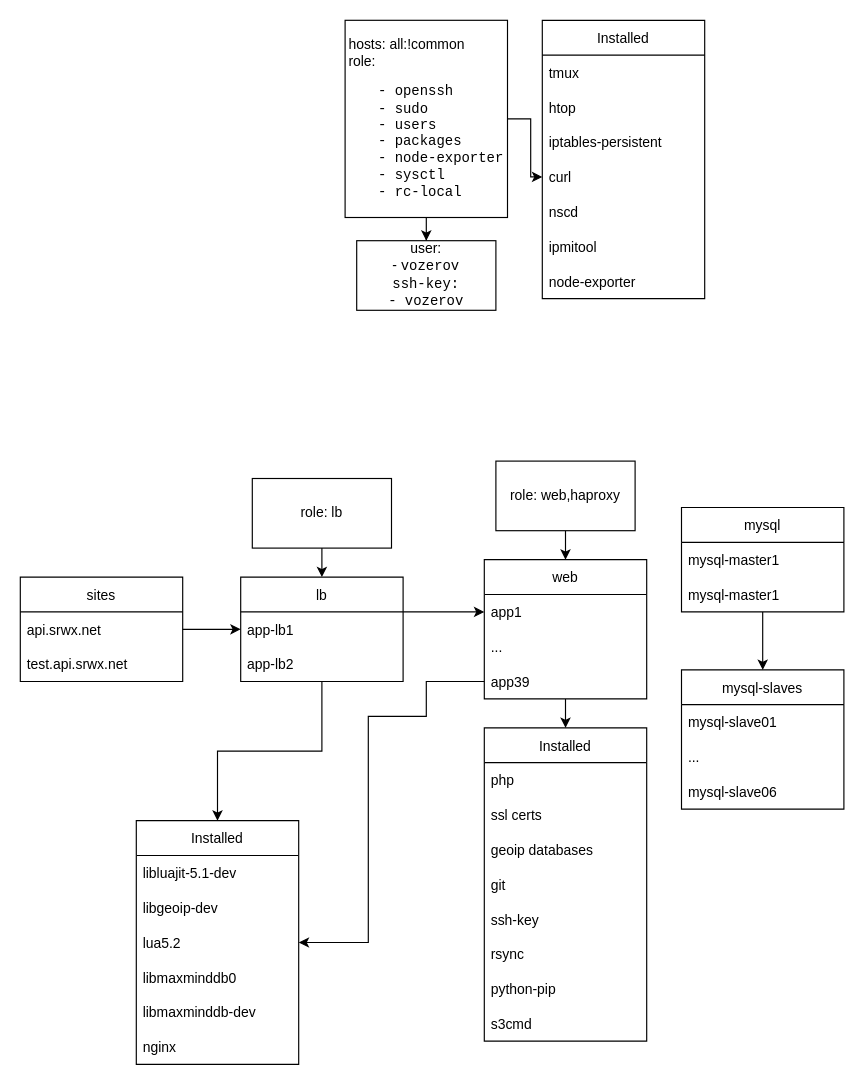
Earlier version of the draw.io diagram Untitled Diagram.drawio (olegenii/rebrain). Source tidied: cells renumbered, new cells numbered last; positions are measured from the earlier drawing's top-left corner, leaving out a move shared by most shapes. Both pictures are drawn from the tidied source at 116%, with x=0, y=0 at pixel (20, 20).
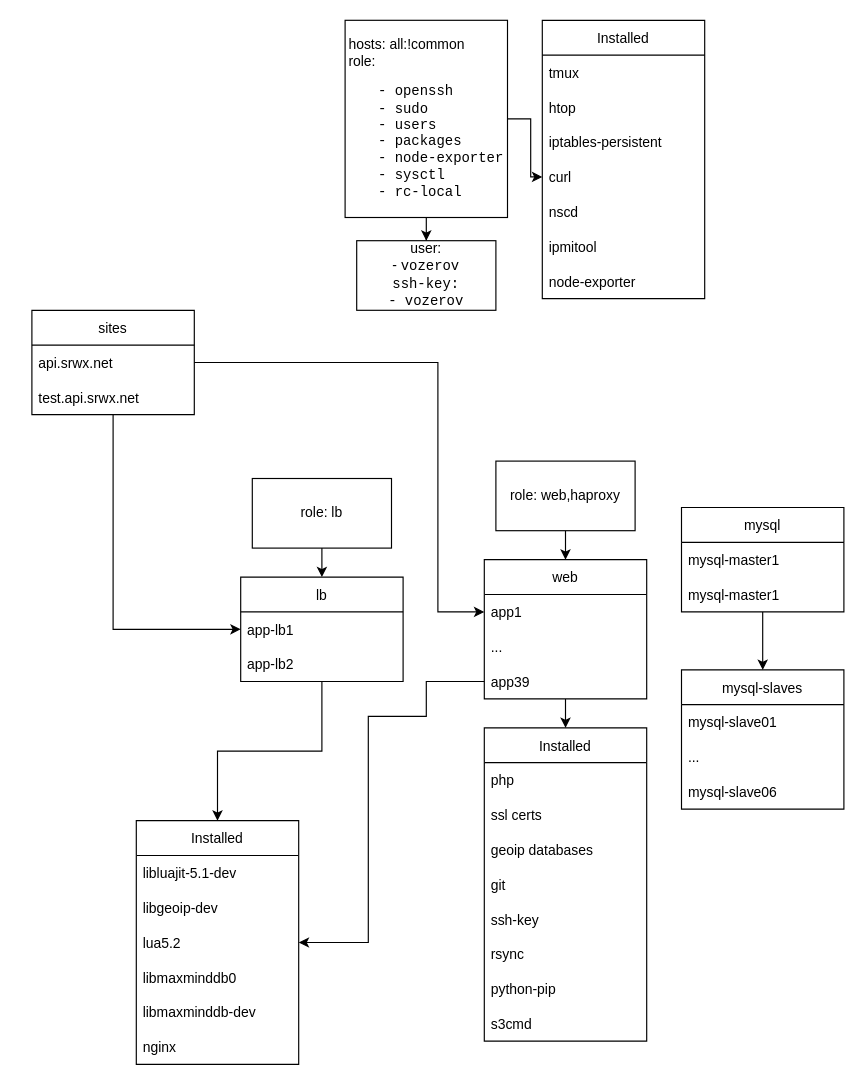
The same page after the edit.

Unchanged cells that the change refers to:
```xml
<mxCell id="7" value="app1" style="text;strokeColor=none;fillColor=none;align=left;verticalAlign=middle;spacingLeft=4;spacingRight=4;overflow=hidden;points=[[0,0.5],[1,0.5]];portConstraint=eastwest;" parent="6" vertex="1">
  <mxGeometry y="30" width="140" height="30" as="geometry" />
</mxCell>
<mxCell id="12" value="app-lb1" style="text;strokeColor=none;fillColor=none;align=left;verticalAlign=middle;spacingLeft=4;spacingRight=4;overflow=hidden;points=[[0,0.5],[1,0.5]];portConstraint=eastwest;" parent="11" vertex="1">
  <mxGeometry y="30" width="140" height="30" as="geometry" />
</mxCell>
<mxCell id="35" value="api.srwx.net" style="text;strokeColor=none;fillColor=none;align=left;verticalAlign=middle;spacingLeft=4;spacingRight=4;overflow=hidden;points=[[0,0.5],[1,0.5]];portConstraint=eastwest;" parent="34" vertex="1">
  <mxGeometry y="30" width="140" height="30" as="geometry" />
</mxCell>
```

Diff of the diagram source:
```diff
@@
     <mxCell id="34" value="sites" style="swimlane;fontStyle=0;horizontal=1;startSize=30;" parent="1" vertex="1">
-      <mxGeometry y="480" width="140" height="90" as="geometry" />
+      <mxGeometry x="10" y="250" width="140" height="90" as="geometry" />
     </mxCell>
@@
-    <mxCell id="56" style="edgeStyle=orthogonalEdgeStyle;rounded=0;jettySize=auto;html=1;entryX=0;entryY=0.5;entryDx=0;entryDy=0;" parent="1" edge="1" source="12" target="7">
-      <mxGeometry relative="1" as="geometry">
-        <Array as="points">
-          <mxPoint x="350" y="510" />
-          <mxPoint x="350" y="510" />
-        </Array>
-      </mxGeometry>
-    </mxCell>
+    <mxCell id="57" style="edgeStyle=orthogonalEdgeStyle;rounded=0;jettySize=auto;html=1;exitX=1;exitY=0.5;exitDx=0;exitDy=0;" parent="1" edge="1" source="35" target="7">
+      <mxGeometry relative="1" as="geometry">
+        <Array as="points">
+          <mxPoint x="360" y="295" />
+          <mxPoint x="360" y="510" />
+        </Array>
+      </mxGeometry>
+    </mxCell>
```
